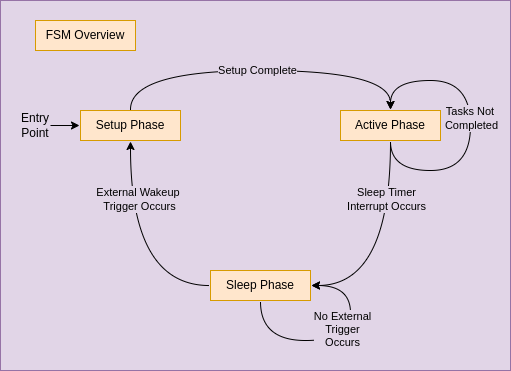
The draw.io diagram Diagrams/FSM/FSM_Overview.png in albogdan/Thesis, before a commit. Source tidied: cells renumbered, new cells last; positions are measured from the earlier drawing's top-left corner, leaving out a move shared by most shapes.
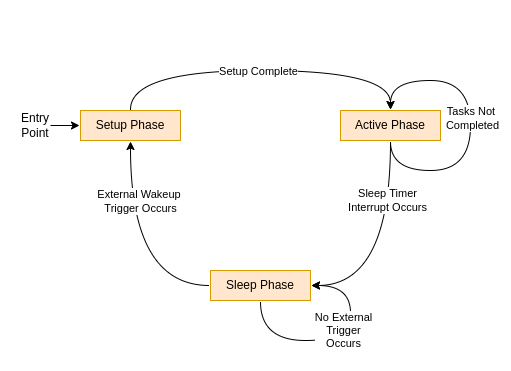
Above is the later version.

Change to the diagram source:
```diff
@@ -2,13 +2,13 @@
   <root>
     <mxCell id="0" />
     <mxCell id="1" parent="0" />
-    <mxCell id="2" style="rounded=0;whiteSpace=wrap;html=1;labelBackgroundColor=#FFFFFF;fillColor=#e1d5e7;strokeColor=#9673a6;" parent="1" vertex="1">
+    <mxCell id="2" style="rounded=0;whiteSpace=wrap;html=1;labelBackgroundColor=#FFFFFF;fillColor=none;strokeColor=none;" parent="1" vertex="1">
       <mxGeometry width="510" height="370" as="geometry" />
     </mxCell>
     <mxCell id="3" style="edgeStyle=orthogonalEdgeStyle;curved=1;rounded=1;jettySize=auto;html=1;entryX=0.5;entryY=1;entryDx=0;entryDy=0;" parent="1" edge="1" source="5" target="13">
       <mxGeometry relative="1" as="geometry" />
     </mxCell>
-    <mxCell id="4" value="External Wakeup &lt;br&gt;Trigger Occurs" style="edgeLabel;html=1;align=center;verticalAlign=middle;labelBackgroundColor=#E1D5E7;" parent="3" vertex="1">
+    <mxCell id="4" value="External Wakeup &lt;br&gt;Trigger Occurs" style="edgeLabel;html=1;align=center;verticalAlign=middle;labelBackgroundColor=#FFFFFF;" parent="3" vertex="1">
       <mxGeometry x="0.29" y="-9" relative="1" as="geometry">
         <mxPoint y="-21" as="offset" />
       </mxGeometry>
@@ -19,7 +19,7 @@
     <mxCell id="6" style="edgeStyle=orthogonalEdgeStyle;curved=1;rounded=1;jettySize=auto;html=1;entryX=1;entryY=0.5;entryDx=0;entryDy=0;exitX=0.5;exitY=1;exitDx=0;exitDy=0;" parent="1" edge="1" source="10" target="5">
       <mxGeometry relative="1" as="geometry" />
     </mxCell>
-    <mxCell id="7" value="Sleep Timer&lt;br&gt;Interrupt Occurs" style="edgeLabel;html=1;align=center;verticalAlign=middle;labelBackgroundColor=#E1D5E7;" parent="6" vertex="1">
+    <mxCell id="7" value="Sleep Timer&lt;br&gt;Interrupt Occurs" style="edgeLabel;html=1;align=center;verticalAlign=middle;labelBackgroundColor=#FFFFFF;" parent="6" vertex="1">
       <mxGeometry x="-0.48" y="-4" relative="1" as="geometry" />
     </mxCell>
     <mxCell id="8" style="edgeStyle=orthogonalEdgeStyle;curved=1;rounded=1;orthogonalLoop=1;jettySize=auto;html=1;entryX=0.5;entryY=0;entryDx=0;entryDy=0;exitX=0.5;exitY=1;exitDx=0;exitDy=0;" parent="1" edge="1" source="10" target="10">
@@ -32,7 +32,7 @@
         </Array>
       </mxGeometry>
     </mxCell>
-    <mxCell id="9" value="Tasks Not &lt;br&gt;Completed" style="edgeLabel;html=1;align=center;verticalAlign=middle;labelBackgroundColor=#E1D5E7;" parent="8" vertex="1">
+    <mxCell id="9" value="Tasks Not &lt;br&gt;Completed" style="edgeLabel;html=1;align=center;verticalAlign=middle;labelBackgroundColor=#FFFFFF;" parent="8" vertex="1">
       <mxGeometry x="0.05" y="-1" relative="1" as="geometry" />
     </mxCell>
     <mxCell id="10" value="Active Phase" style="text;html=1;strokeColor=#d79b00;fillColor=#ffe6cc;align=center;verticalAlign=middle;whiteSpace=wrap;rounded=0;perimeterSpacing=1;" parent="1" vertex="1">
@@ -46,7 +46,7 @@
         </Array>
       </mxGeometry>
     </mxCell>
-    <mxCell id="12" value="Setup Complete" style="edgeLabel;html=1;align=center;verticalAlign=middle;labelBackgroundColor=#E1D5E7;" parent="11" vertex="1">
+    <mxCell id="12" value="Setup Complete" style="edgeLabel;html=1;align=center;verticalAlign=middle;labelBackgroundColor=#FFFFFF;" parent="11" vertex="1">
       <mxGeometry x="-0.16" relative="1" as="geometry">
         <mxPoint x="24" as="offset" />
       </mxGeometry>
@@ -63,17 +63,14 @@
         </Array>
       </mxGeometry>
     </mxCell>
-    <mxCell id="15" value="&lt;span style=&quot;&quot;&gt;No External&lt;/span&gt;&lt;br&gt;&lt;span style=&quot;&quot;&gt;Trigger&lt;/span&gt;&lt;br&gt;&lt;span style=&quot;&quot;&gt;Occurs&lt;/span&gt;" style="edgeLabel;html=1;align=center;verticalAlign=middle;labelBackgroundColor=#E1D5E7;" parent="14" vertex="1">
+    <mxCell id="15" value="&lt;span style=&quot;&quot;&gt;No External&lt;/span&gt;&lt;br&gt;&lt;span style=&quot;&quot;&gt;Trigger&lt;/span&gt;&lt;br&gt;&lt;span style=&quot;&quot;&gt;Occurs&lt;/span&gt;" style="edgeLabel;html=1;align=center;verticalAlign=middle;labelBackgroundColor=#FFFFFF;" parent="14" vertex="1">
       <mxGeometry x="0.26" y="8" relative="1" as="geometry" />
     </mxCell>
-    <mxCell id="16" value="FSM Overview" style="text;html=1;strokeColor=#d79b00;fillColor=#ffe6cc;align=center;verticalAlign=middle;whiteSpace=wrap;rounded=0;perimeterSpacing=1;" parent="1" vertex="1">
-      <mxGeometry x="35" y="20" width="100" height="30" as="geometry" />
+    <mxCell id="16" value="Entry&lt;br&gt;Point" style="text;html=1;strokeColor=none;fillColor=none;align=center;verticalAlign=middle;whiteSpace=wrap;rounded=0;" parent="1" vertex="1">
+      <mxGeometry x="20" y="110" width="30" height="30" as="geometry" />
     </mxCell>
-    <mxCell id="17" value="Entry&lt;br&gt;Point" style="text;html=1;strokeColor=none;fillColor=none;align=center;verticalAlign=middle;whiteSpace=wrap;rounded=0;" parent="1" vertex="1">
-      <mxGeometry x="20" y="110" width="30" height="30" as="geometry" />
+    <mxCell id="17" style="endArrow=classic;html=1;rounded=0;exitX=1;exitY=0.5;exitDx=0;exitDy=0;entryX=0;entryY=0.5;entryDx=0;entryDy=0;" parent="1" edge="1" source="16" target="13">
+      <mxGeometry relative="1" as="geometry" />
     </mxCell>
-    <mxCell id="18" style="endArrow=classic;html=1;rounded=0;exitX=1;exitY=0.5;exitDx=0;exitDy=0;entryX=0;entryY=0.5;entryDx=0;entryDy=0;" parent="1" edge="1" source="17" target="13">
-      <mxGeometry relative="1" as="geometry" />
-    </mxCell>
   </root>
 </mxGraphModel>
```
